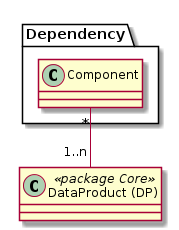
The PlantUML diagram simi/doc/puml/rendered/simi_dependency.png in sogis/simi, before a commit.
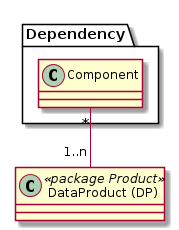
The same diagram one commit later.

Commit message:
Skript: PUML-Diagramme der Simi-Dokumentation regeneriert und beigefügt

The edit, as a diff of the source:
```diff
@@ -1,5 +1,5 @@
 @startuml
-class "DataProduct (DP)" as dp << package Core >>
+class "DataProduct (DP)" as dp << package Product >>
 
 package Dependency {
   class "Component" as comp
```
